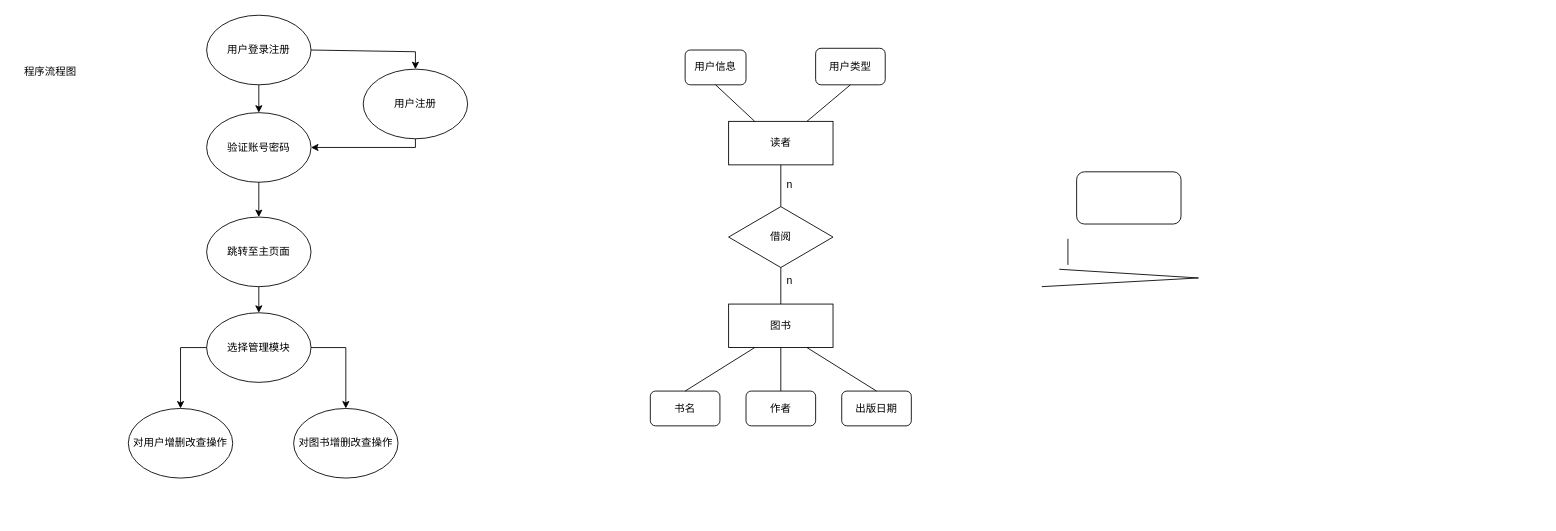
This is page "第 8 页" (8 of 8) of 未命名绘图.drawio from SET025187/EXERCISE001, a draw.io file, before an edit. Source tidied: cells renumbered, new cells numbered last; positions are measured from the earlier drawing's top-left corner, leaving out a move shared by most shapes. Both pictures are drawn from the tidied source at 87%, with x=0, y=0 at pixel (15, 15).
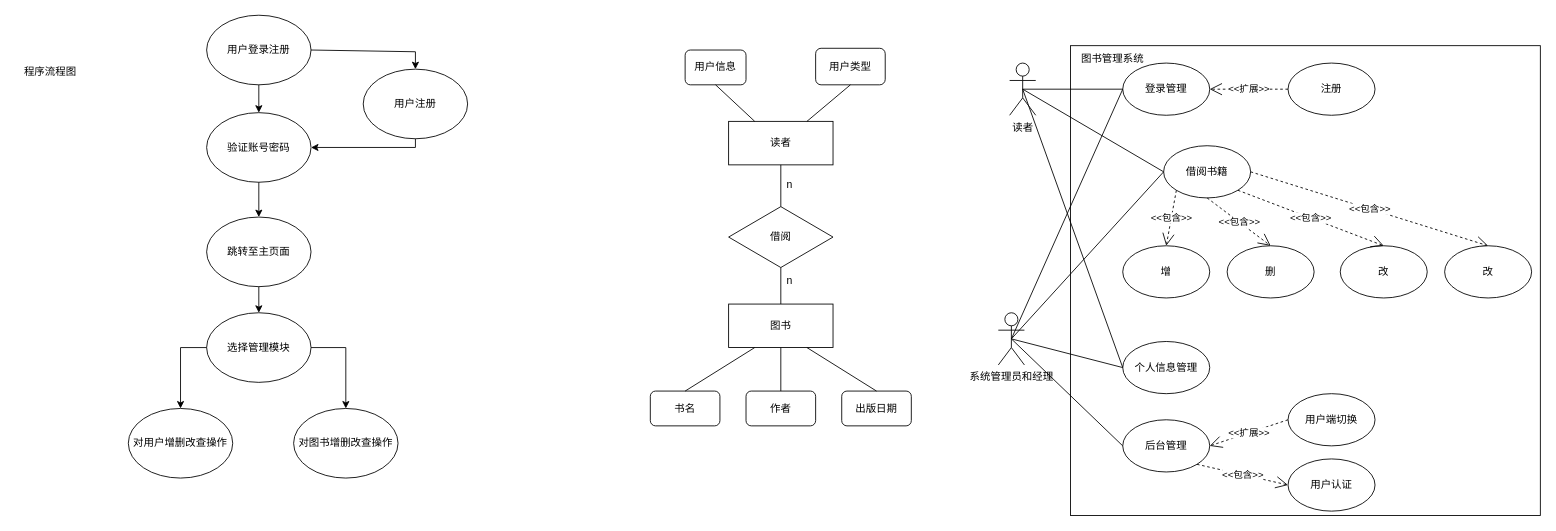
The same page after the edit.

Commit message:
更新未命名绘图.drawio

What changed in the source:
```diff
@@
-    <mxCell id="21" style="endArrow=none;html=1;rounded=0;entryX=0.5;entryY=0;entryDx=0;entryDy=0;" parent="1" edge="1">
-      <mxGeometry relative="1" as="geometry">
-        <mxPoint x="1200" y="292" as="sourcePoint" />
-        <mxPoint x="1180" y="312" as="targetPoint" />
-        <Array as="points">
-          <mxPoint x="1360" y="302" />
-        </Array>
-      </mxGeometry>
-    </mxCell>
-    <mxCell id="22" style="endArrow=none;html=1;rounded=0;exitX=0.5;exitY=1;exitDx=0;exitDy=0;entryX=0.5;entryY=0;entryDx=0;entryDy=0;" parent="1" edge="1">
-      <mxGeometry relative="1" as="geometry">
-        <mxPoint x="1210" y="257" as="sourcePoint" />
-        <mxPoint x="1210" y="287" as="targetPoint" />
-      </mxGeometry>
-    </mxCell>
@@
-    <mxCell id="28" style="rounded=1;whiteSpace=wrap;html=1;" parent="1" vertex="1">
-      <mxGeometry x="1220" y="180" width="120" height="60" as="geometry" />
-    </mxCell>
@@
+    <mxCell id="37" value="读者" style="shape=umlActor;verticalLabelPosition=bottom;verticalAlign=top;html=1;outlineConnect=0;" parent="1" vertex="1">
+      <mxGeometry x="1143" y="55" width="30" height="60" as="geometry" />
+    </mxCell>
+    <mxCell id="38" value="系统管理员和经理" style="shape=umlActor;verticalLabelPosition=bottom;verticalAlign=top;html=1;outlineConnect=0;" parent="1" vertex="1">
+      <mxGeometry x="1130" y="342" width="30" height="60" as="geometry" />
+    </mxCell>
+    <mxCell id="39" style="whiteSpace=wrap;html=1;" parent="1" vertex="1">
+      <mxGeometry x="1213" y="35" width="540" height="540" as="geometry" />
+    </mxCell>
+    <mxCell id="40" value="图书管理系统" style="text;html=1;align=center;verticalAlign=middle;whiteSpace=wrap;rounded=0;" parent="1" vertex="1">
+      <mxGeometry x="1213" y="35" width="97" height="30" as="geometry" />
+    </mxCell>
+    <mxCell id="41" value="登录管理" style="ellipse;whiteSpace=wrap;html=1;" parent="1" vertex="1">
+      <mxGeometry x="1273" y="55" width="100" height="60" as="geometry" />
+    </mxCell>
+    <mxCell id="42" value="借阅书籍" style="ellipse;whiteSpace=wrap;html=1;" parent="1" vertex="1">
+      <mxGeometry x="1320" y="150" width="100" height="60" as="geometry" />
+    </mxCell>
+    <mxCell id="43" value="注册" style="ellipse;whiteSpace=wrap;html=1;" parent="1" vertex="1">
+      <mxGeometry x="1463" y="55" width="100" height="60" as="geometry" />
+    </mxCell>
+    <mxCell id="44" value="&amp;lt;&amp;lt;扩展&amp;gt;&amp;gt;" style="endArrow=open;endSize=12;dashed=1;html=1;rounded=0;entryX=1;entryY=0.5;entryDx=0;entryDy=0;exitX=0;exitY=0.5;exitDx=0;exitDy=0;" parent="1" edge="1" source="43" target="41">
+      <mxGeometry relative="1" as="geometry" />
+    </mxCell>
+    <mxCell id="45" value="删" style="ellipse;whiteSpace=wrap;html=1;" parent="1" vertex="1">
+      <mxGeometry x="1393" y="265" width="100" height="60" as="geometry" />
+    </mxCell>
+    <mxCell id="46" value="增" style="ellipse;whiteSpace=wrap;html=1;" parent="1" vertex="1">
+      <mxGeometry x="1273" y="265" width="100" height="60" as="geometry" />
+    </mxCell>
+    <mxCell id="47" value="改" style="ellipse;whiteSpace=wrap;html=1;" parent="1" vertex="1">
+      <mxGeometry x="1523" y="265" width="100" height="60" as="geometry" />
+    </mxCell>
+    <mxCell id="48" value="&amp;lt;&amp;lt;包含&amp;gt;&amp;gt;" style="endArrow=open;endSize=12;dashed=1;html=1;rounded=0;entryX=0.5;entryY=0;entryDx=0;entryDy=0;exitX=0;exitY=1;exitDx=0;exitDy=0;" parent="1" edge="1" source="42" target="46">
+      <mxGeometry relative="1" as="geometry" />
+    </mxCell>
+    <mxCell id="49" value="&amp;lt;&amp;lt;包含&amp;gt;&amp;gt;" style="endArrow=open;endSize=12;dashed=1;html=1;rounded=0;entryX=0.5;entryY=0;entryDx=0;entryDy=0;exitX=1;exitY=1;exitDx=0;exitDy=0;" parent="1" edge="1" source="42" target="47">
+      <mxGeometry relative="1" as="geometry" />
+    </mxCell>
+    <mxCell id="50" value="&amp;lt;&amp;lt;包含&amp;gt;&amp;gt;" style="endArrow=open;endSize=12;dashed=1;html=1;rounded=0;entryX=0.5;entryY=0;entryDx=0;entryDy=0;exitX=0.5;exitY=1;exitDx=0;exitDy=0;" parent="1" edge="1" source="42" target="45">
+      <mxGeometry relative="1" as="geometry" />
+    </mxCell>
+    <mxCell id="51" value="个人信息管理" style="ellipse;whiteSpace=wrap;html=1;" parent="1" vertex="1">
+      <mxGeometry x="1273" y="375" width="100" height="60" as="geometry" />
+    </mxCell>
+    <mxCell id="52" value="后台管理" style="ellipse;whiteSpace=wrap;html=1;" parent="1" vertex="1">
+      <mxGeometry x="1273" y="465" width="100" height="60" as="geometry" />
+    </mxCell>
+    <mxCell id="53" value="用户端切换" style="ellipse;whiteSpace=wrap;html=1;" parent="1" vertex="1">
+      <mxGeometry x="1463" y="435" width="100" height="60" as="geometry" />
+    </mxCell>
+    <mxCell id="54" value="用户认证" style="ellipse;whiteSpace=wrap;html=1;" parent="1" vertex="1">
+      <mxGeometry x="1463" y="510" width="100" height="60" as="geometry" />
+    </mxCell>
+    <mxCell id="55" value="&amp;lt;&amp;lt;扩展&amp;gt;&amp;gt;" style="endArrow=open;endSize=12;dashed=1;html=1;rounded=0;entryX=1;entryY=0.5;entryDx=0;entryDy=0;exitX=0;exitY=0.5;exitDx=0;exitDy=0;" parent="1" edge="1" source="53" target="52">
+      <mxGeometry relative="1" as="geometry" />
+    </mxCell>
+    <mxCell id="56" value="&amp;lt;&amp;lt;包含&amp;gt;&amp;gt;" style="endArrow=open;endSize=12;dashed=1;html=1;rounded=0;entryX=0;entryY=0.5;entryDx=0;entryDy=0;exitX=1;exitY=1;exitDx=0;exitDy=0;" parent="1" edge="1" source="52" target="54">
+      <mxGeometry relative="1" as="geometry" />
+    </mxCell>
+    <mxCell id="57" style="endArrow=none;html=1;rounded=0;exitX=0.5;exitY=0.5;exitDx=0;exitDy=0;exitPerimeter=0;entryX=0;entryY=0.5;entryDx=0;entryDy=0;" parent="1" edge="1" source="37" target="41">
+      <mxGeometry relative="1" as="geometry" />
+    </mxCell>
+    <mxCell id="58" style="endArrow=none;html=1;rounded=0;exitX=0.5;exitY=0.5;exitDx=0;exitDy=0;exitPerimeter=0;entryX=0;entryY=0.5;entryDx=0;entryDy=0;" parent="1" edge="1" source="37" target="42">
+      <mxGeometry relative="1" as="geometry" />
+    </mxCell>
+    <mxCell id="59" style="endArrow=none;html=1;rounded=0;exitX=0.5;exitY=0.5;exitDx=0;exitDy=0;exitPerimeter=0;entryX=0;entryY=0.5;entryDx=0;entryDy=0;" parent="1" edge="1" source="37" target="51">
+      <mxGeometry relative="1" as="geometry" />
+    </mxCell>
+    <mxCell id="60" style="endArrow=none;html=1;rounded=0;exitX=0.5;exitY=0.5;exitDx=0;exitDy=0;exitPerimeter=0;entryX=0;entryY=0.5;entryDx=0;entryDy=0;" parent="1" edge="1" source="38" target="52">
+      <mxGeometry relative="1" as="geometry" />
+    </mxCell>
+    <mxCell id="61" style="endArrow=none;html=1;rounded=0;exitX=0.5;exitY=0.5;exitDx=0;exitDy=0;exitPerimeter=0;entryX=0;entryY=0.5;entryDx=0;entryDy=0;" parent="1" edge="1" source="38" target="42">
+      <mxGeometry relative="1" as="geometry" />
+    </mxCell>
+    <mxCell id="62" style="endArrow=none;html=1;rounded=0;exitX=0.5;exitY=0.5;exitDx=0;exitDy=0;exitPerimeter=0;entryX=0;entryY=0.5;entryDx=0;entryDy=0;" parent="1" edge="1" source="38" target="51">
+      <mxGeometry relative="1" as="geometry" />
+    </mxCell>
+    <mxCell id="63" style="endArrow=none;html=1;rounded=0;exitX=0.5;exitY=0.5;exitDx=0;exitDy=0;exitPerimeter=0;entryX=0;entryY=0.5;entryDx=0;entryDy=0;" parent="1" edge="1" source="38" target="41">
+      <mxGeometry relative="1" as="geometry" />
+    </mxCell>
+    <mxCell id="64" value="&amp;lt;&amp;lt;包含&amp;gt;&amp;gt;" style="endArrow=open;endSize=12;dashed=1;html=1;rounded=0;entryX=0.5;entryY=0;entryDx=0;entryDy=0;exitX=1;exitY=0.5;exitDx=0;exitDy=0;" parent="1" edge="1" source="42" target="65">
+      <mxGeometry relative="1" as="geometry" />
+    </mxCell>
+    <mxCell id="65" value="改" style="ellipse;whiteSpace=wrap;html=1;" parent="1" vertex="1">
+      <mxGeometry x="1643" y="265" width="100" height="60" as="geometry" />
+    </mxCell>
```
